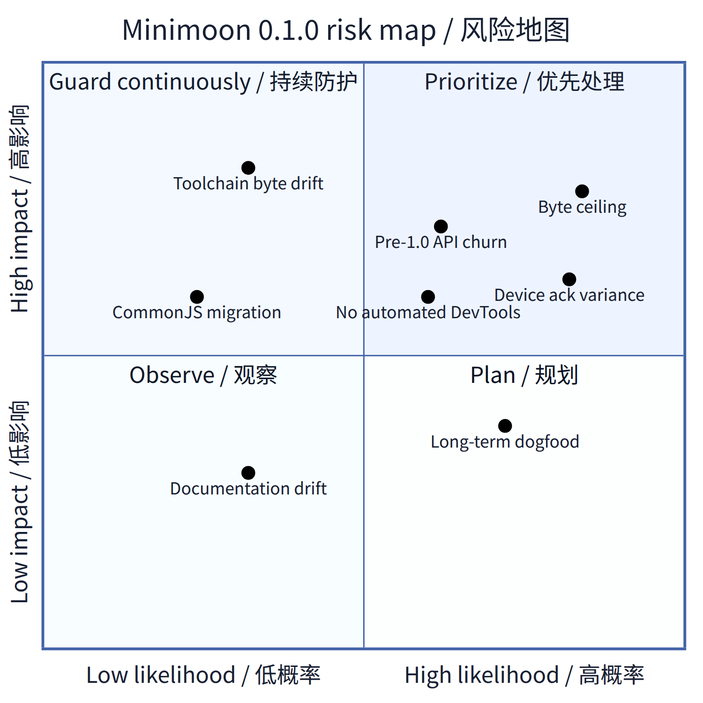
Before: docs/code-analysis/assets/diagrams/png/08-RISKS-TESTING-AND-PERFORMANCE-2.png, a diagram exported from Mermaid (lucavance/minimoon). Its source is kept beside it as docs/code-analysis/assets/diagrams/source/08-RISKS-TESTING-AND-PERFORMANCE-2.mmd.
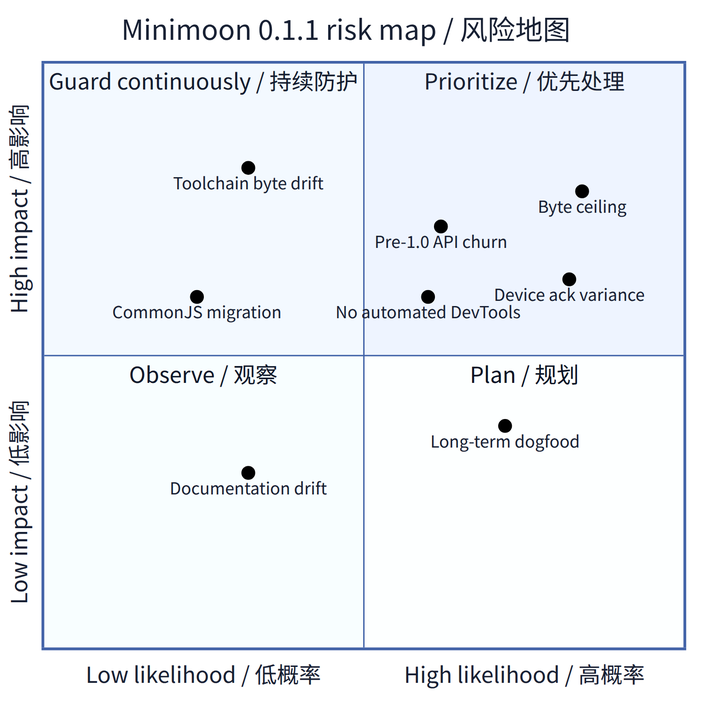
Later version of the same file.

Change to the diagram source:
```diff
@@ -1,5 +1,5 @@
 quadrantChart
-    title Minimoon 0.1.0 risk map / 风险地图
+    title Minimoon 0.1.1 risk map / 风险地图
     x-axis Low likelihood / 低概率 --> High likelihood / 高概率
     y-axis Low impact / 低影响 --> High impact / 高影响
     quadrant-1 Prioritize / 优先处理
```
